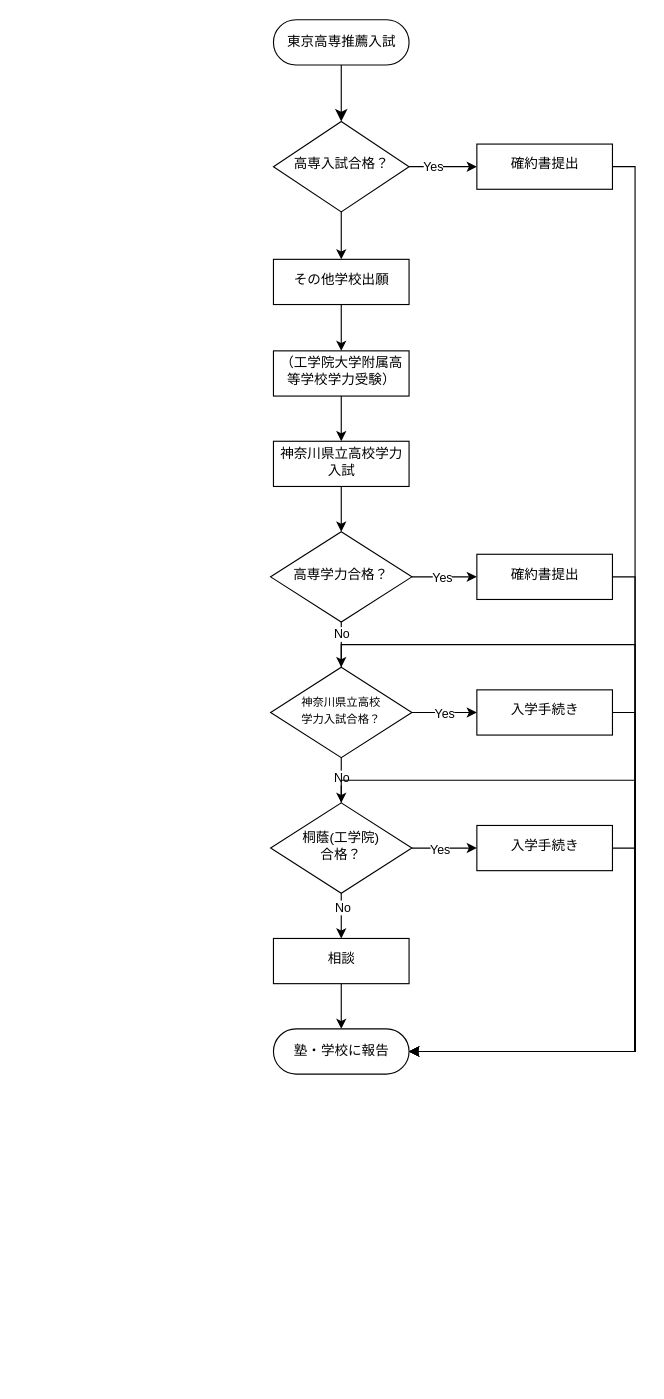
The draw.io diagram 名称未設定ファイル.drawio in hamatakuyaei/sampledemo, before the edit. Source tidied: cells renumbered, new cells numbered last; positions are measured from the earlier drawing's top-left corner, leaving out a move shared by most shapes. Both pictures are drawn from the tidied source at 113%, with x=0, y=0 at pixel (270, 19).
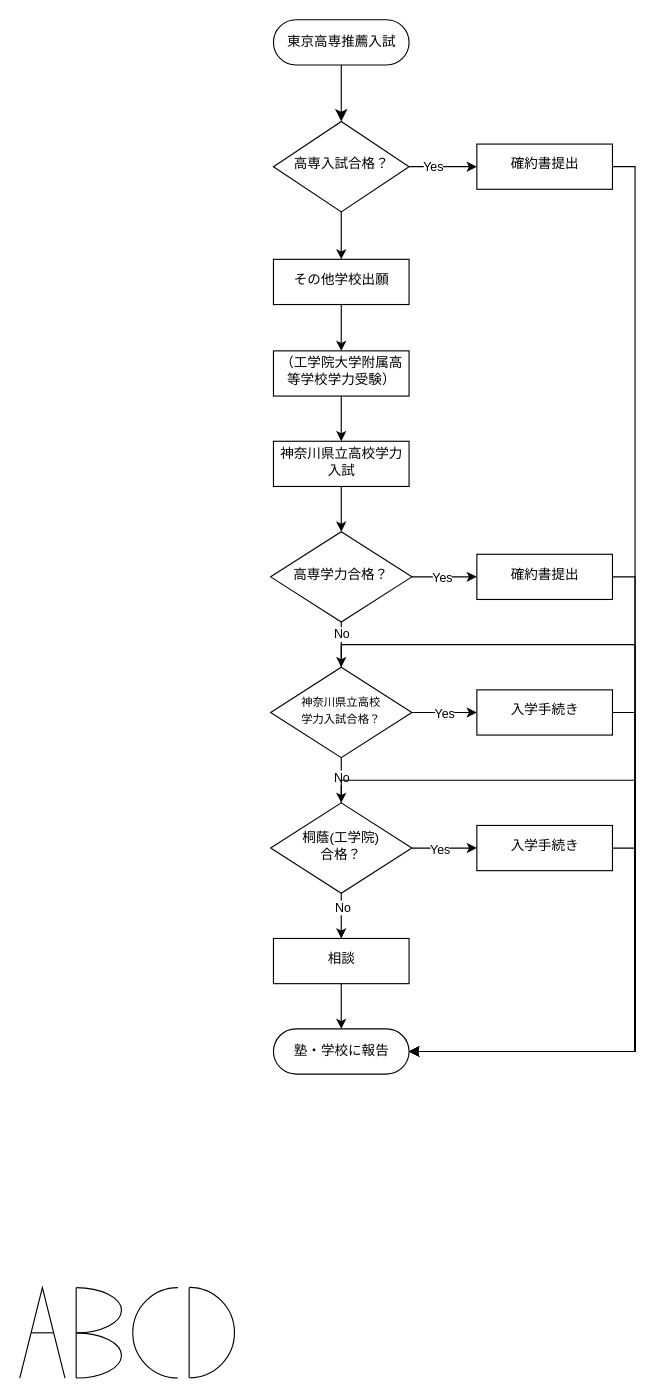
Above is the later version.

Commit message (it also covers changes not shown here):
名称未設定ファイル.drawio を更新します

The edit, as a diff of the source:
```diff
@@
+    <mxCell id="43" style="endArrow=none;html=1;rounded=0;" parent="1" edge="1">
+      <mxGeometry relative="1" as="geometry">
+        <mxPoint x="-222" y="1202" as="sourcePoint" />
+        <mxPoint x="-182" y="1202" as="targetPoint" />
+        <Array as="points">
+          <mxPoint x="-202" y="1122" />
+        </Array>
+      </mxGeometry>
+    </mxCell>
+    <mxCell id="44" style="endArrow=none;html=1;rounded=0;" parent="1" edge="1">
+      <mxGeometry relative="1" as="geometry">
+        <mxPoint x="-212" y="1162" as="sourcePoint" />
+        <mxPoint x="-192" y="1162" as="targetPoint" />
+      </mxGeometry>
+    </mxCell>
+    <mxCell id="45" style="endArrow=none;html=1;rounded=0;" parent="1" edge="1">
+      <mxGeometry relative="1" as="geometry">
+        <mxPoint x="-172.1" y="1202" as="sourcePoint" />
+        <mxPoint x="-172.1" y="1122" as="targetPoint" />
+      </mxGeometry>
+    </mxCell>
+    <mxCell id="46" style="verticalLabelPosition=bottom;verticalAlign=top;html=1;shape=mxgraph.basic.arc;startAngle=0.5;endAngle=0;strokeColor=default;align=center;fontFamily=Helvetica;fontSize=12;fontColor=default;fillColor=default;rotation=-180;" parent="1" vertex="1">
+      <mxGeometry x="-212" y="1122" width="80" height="40" as="geometry" />
+    </mxCell>
+    <mxCell id="47" style="verticalLabelPosition=bottom;verticalAlign=top;html=1;shape=mxgraph.basic.arc;startAngle=0.5;endAngle=0;strokeColor=default;align=center;fontFamily=Helvetica;fontSize=12;fontColor=default;fillColor=default;rotation=-180;" parent="1" vertex="1">
+      <mxGeometry x="-212" y="1162" width="80" height="40" as="geometry" />
+    </mxCell>
+    <mxCell id="48" style="verticalLabelPosition=bottom;verticalAlign=top;html=1;shape=mxgraph.basic.arc;startAngle=0;endAngle=0.5;strokeColor=default;align=center;fontFamily=Helvetica;fontSize=12;fontColor=default;fillColor=default;rotation=-180;" parent="1" vertex="1">
+      <mxGeometry x="-122" y="1122" width="80" height="80" as="geometry" />
+    </mxCell>
+    <mxCell id="49" style="verticalLabelPosition=bottom;verticalAlign=top;html=1;shape=mxgraph.basic.arc;startAngle=0;endAngle=0.5;strokeColor=default;align=center;fontFamily=Helvetica;fontSize=12;fontColor=default;fillColor=default;rotation=0;" parent="1" vertex="1">
+      <mxGeometry x="-112" y="1121.8" width="80" height="80" as="geometry" />
+    </mxCell>
+    <mxCell id="50" style="endArrow=none;html=1;rounded=0;fontFamily=Helvetica;fontSize=12;fontColor=default;entryX=0.5;entryY=1;entryDx=0;entryDy=0;entryPerimeter=0;" parent="1" edge="1" target="49">
+      <mxGeometry relative="1" as="geometry">
+        <mxPoint x="-72" y="1201.8" as="sourcePoint" />
+      </mxGeometry>
+    </mxCell>
+    <mxCell id="51" style="endArrow=none;html=1;rounded=0;fontFamily=Helvetica;fontSize=12;fontColor=default;entryX=0.5;entryY=1;entryDx=0;entryDy=0;entryPerimeter=0;" parent="1" edge="1">
+      <mxGeometry relative="1" as="geometry">
+        <mxPoint x="-72.1" y="1201.8" as="sourcePoint" />
+        <mxPoint x="-72.1" y="1121.8" as="targetPoint" />
+      </mxGeometry>
+    </mxCell>
```
